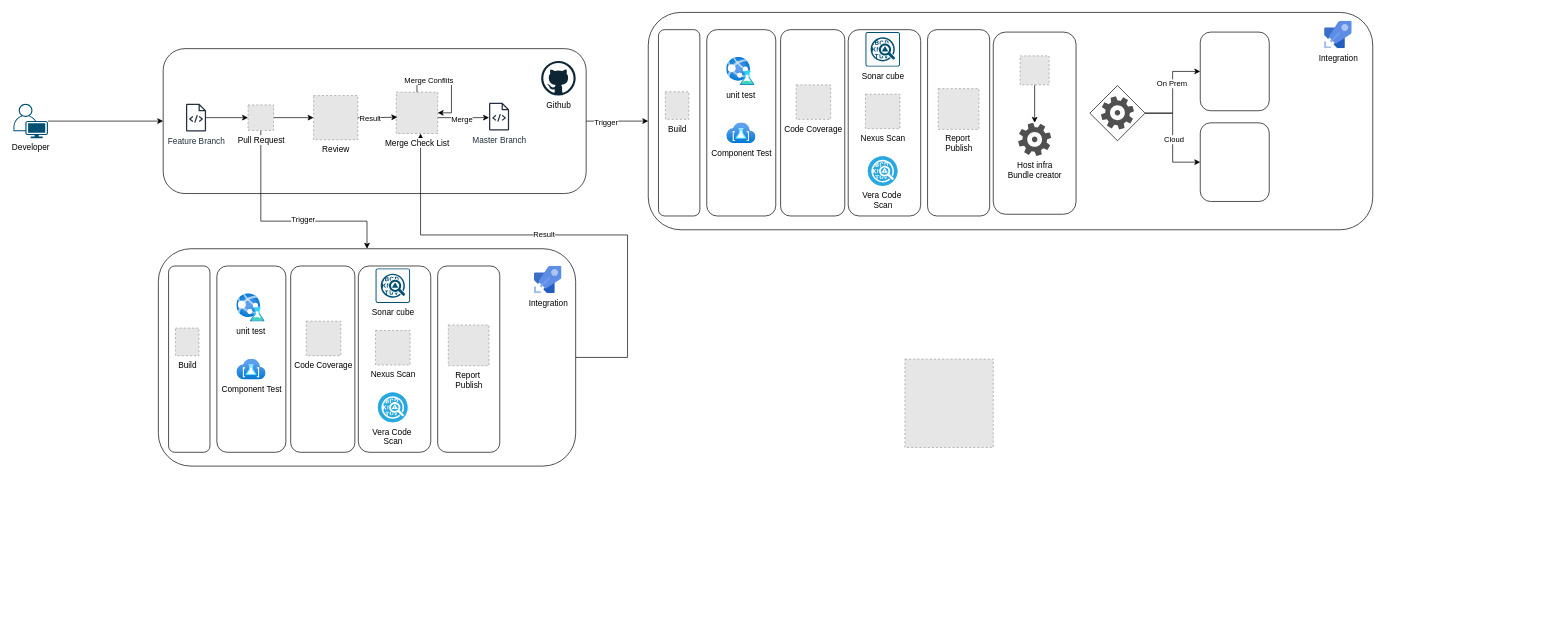
Earlier version of the draw.io diagram cicidflow.drawio (RamNull/DataStructrures). Source tidied: cells renumbered, new cells numbered last; positions are measured from the earlier drawing's top-left corner, leaving out a move shared by most shapes. Both pictures are drawn from the tidied source at 69%, with x=0, y=0 at pixel (13, 12). Pictures stored in the file or linked from it are replaced by grey dashed boxes.
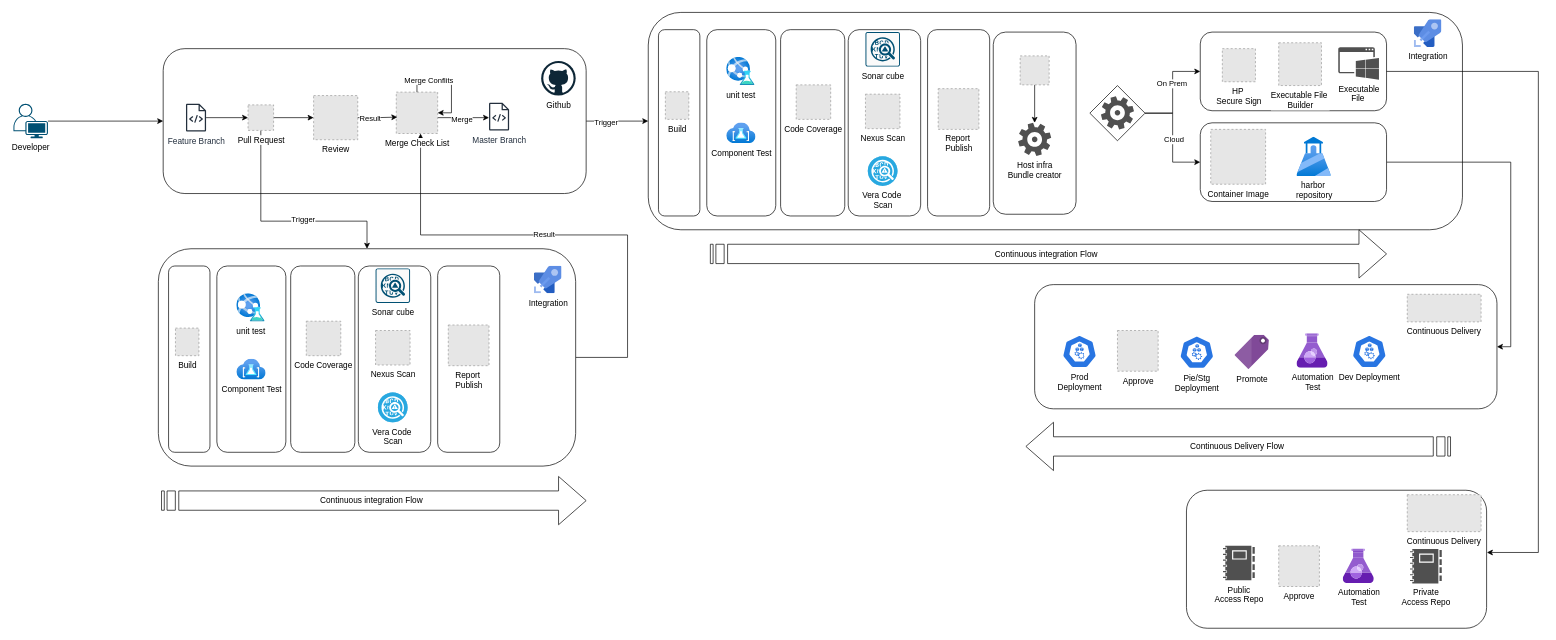
After the change.

Diff of the diagram source:
```diff
@@
     <mxCell id="40" style="rounded=1;whiteSpace=wrap;html=1;" parent="1" vertex="1">
-      <mxGeometry x="920" y="-0.5" width="1050" height="315" as="geometry" />
+      <mxGeometry x="920" y="-0.5" width="1180" height="315" as="geometry" />
     </mxCell>
     <mxCell id="41" value="Integration" style="image;sketch=0;html=1;align=center;fontSize=12;image=img/lib/mscae/Azure_Pipelines.svg;" parent="1" vertex="1">
-      <mxGeometry x="1900" y="12" width="40" height="40" as="geometry" />
+      <mxGeometry x="2030" y="10" width="40" height="40" as="geometry" />
     </mxCell>
@@
     <mxCell id="59" style="rounded=1;whiteSpace=wrap;html=1;" parent="1" vertex="1">
-      <mxGeometry x="1720" y="28" width="100" height="114" as="geometry" />
+      <mxGeometry x="1720" y="28" width="270" height="114" as="geometry" />
     </mxCell>
@@
+    <mxCell id="68" style="edgeStyle=orthogonalEdgeStyle;rounded=0;jettySize=auto;html=1;entryX=1;entryY=0.5;entryDx=0;entryDy=0;" parent="1" edge="1" source="66" target="72">
+      <mxGeometry relative="1" as="geometry">
+        <Array as="points">
+          <mxPoint x="2170" y="216" />
+          <mxPoint x="2170" y="484" />
+        </Array>
+      </mxGeometry>
+    </mxCell>
     <mxCell id="66" style="rounded=1;whiteSpace=wrap;html=1;" parent="1" vertex="1">
-      <mxGeometry x="1720" y="159.5" width="100" height="114" as="geometry" />
+      <mxGeometry x="1720" y="159.5" width="270" height="114" as="geometry" />
     </mxCell>
-    <mxCell id="67" style="fillColor=#E6E6E6;strokeColor=#999999;dashed=1;html=1;verticalAlign=top;verticalLabelPosition=bottom;labelBackgroundColor=#ffffff;" parent="1" vertex="1">
-      <mxGeometry x="1292" y="502" width="128" height="128" as="geometry" />
-    </mxCell>
+    <mxCell id="69" value="Executable File&amp;nbsp;&lt;br&gt;Builder" style="fillColor=#E6E6E6;strokeColor=#999999;dashed=1;html=1;verticalAlign=top;verticalLabelPosition=bottom;labelBackgroundColor=#ffffff;" parent="1" vertex="1">
+      <mxGeometry x="1833.7" y="43.5" width="62" height="62" as="geometry" />
+    </mxCell>
+    <mxCell id="70" value="Executable &lt;br&gt;File&amp;nbsp;" style="sketch=0;shadow=0;dashed=0;html=1;strokeColor=none;fillColor=#505050;labelPosition=center;verticalLabelPosition=bottom;verticalAlign=top;align=center;shape=mxgraph.office.concepts.application_windows;" parent="1" vertex="1">
+      <mxGeometry x="1920" y="50" width="59" height="47" as="geometry" />
+    </mxCell>
+    <mxCell id="71" value="harbor&amp;nbsp;&lt;br&gt;repository" style="image;html=1;align=center;fontSize=12;image=img/lib/azure2/management_governance/Azure_Lighthouse.svg;" parent="1" vertex="1">
+      <mxGeometry x="1860" y="180.2" width="49.5" height="57" as="geometry" />
+    </mxCell>
+    <mxCell id="72" style="rounded=1;whiteSpace=wrap;html=1;" parent="1" vertex="1">
+      <mxGeometry x="1480" y="394" width="670" height="180" as="geometry" />
+    </mxCell>
+    <mxCell id="73" value="Continuous Delivery" style="fillColor=#E6E6E6;strokeColor=#999999;dashed=1;verticalLabelPosition=bottom;labelBackgroundColor=default;verticalAlign=top;" parent="1" vertex="1">
+      <mxGeometry x="2020" y="408" width="107" height="40" as="geometry" />
+    </mxCell>
+    <mxCell id="74" value="Dev Deployment&lt;br&gt;" style="sketch=0;html=1;dashed=0;whitespace=wrap;fillColor=#2875E2;strokeColor=#ffffff;verticalLabelPosition=bottom;align=center;verticalAlign=top;shape=mxgraph.kubernetes.icon;prIcon=node;" parent="1" vertex="1">
+      <mxGeometry x="1940" y="467" width="50" height="48" as="geometry" />
+    </mxCell>
+    <mxCell id="75" value="Automation &lt;br&gt;Test" style="image;sketch=0;html=1;align=center;fontSize=12;image=img/lib/mscae/Azure_Test_Plans.svg;" parent="1" vertex="1">
+      <mxGeometry x="1860" y="465" width="45" height="50" as="geometry" />
+    </mxCell>
+    <mxCell id="76" value="Promote&lt;br&gt;" style="image;sketch=0;html=1;align=center;fontSize=12;image=img/lib/mscae/Tag.svg;" parent="1" vertex="1">
+      <mxGeometry x="1770" y="467" width="50" height="50" as="geometry" />
+    </mxCell>
+    <mxCell id="77" value="Pie/Stg &lt;br&gt;Deployment" style="sketch=0;html=1;dashed=0;whitespace=wrap;fillColor=#2875E2;strokeColor=#ffffff;verticalLabelPosition=bottom;align=center;verticalAlign=top;shape=mxgraph.kubernetes.icon;prIcon=node;" parent="1" vertex="1">
+      <mxGeometry x="1690" y="468" width="50" height="48" as="geometry" />
+    </mxCell>
+    <mxCell id="78" value="Approve" style="fillColor=#E6E6E6;strokeColor=#999999;dashed=1;html=1;verticalAlign=top;verticalLabelPosition=bottom;labelBackgroundColor=#ffffff;" parent="1" vertex="1">
+      <mxGeometry x="1600" y="460.5" width="59" height="59" as="geometry" />
+    </mxCell>
+    <mxCell id="79" value="Prod &lt;br&gt;Deployment" style="sketch=0;html=1;dashed=0;whitespace=wrap;fillColor=#2875E2;strokeColor=#ffffff;verticalLabelPosition=bottom;align=center;verticalAlign=top;shape=mxgraph.kubernetes.icon;prIcon=node;" parent="1" vertex="1">
+      <mxGeometry x="1520" y="467" width="50" height="48" as="geometry" />
+    </mxCell>
+    <mxCell id="80" value="Continuous integration Flow&amp;nbsp;&amp;nbsp;" style="html=1;shadow=0;dashed=0;align=center;verticalAlign=middle;shape=mxgraph.arrows2.stripedArrow;dy=0.6;dx=40;notch=25;" parent="1" vertex="1">
+      <mxGeometry x="214.6" y="672" width="615.4" height="70" as="geometry" />
+    </mxCell>
+    <mxCell id="81" value="Continuous Delivery Flow&amp;nbsp;" style="html=1;shadow=0;dashed=0;align=center;verticalAlign=middle;shape=mxgraph.arrows2.stripedArrow;dy=0.6;dx=40;notch=25;direction=west;" parent="1" vertex="1">
+      <mxGeometry x="1467.3" y="593.5" width="615.4" height="70" as="geometry" />
+    </mxCell>
+    <mxCell id="82" value="HP&amp;nbsp;&lt;br&gt;Secure Sign" style="fillColor=#E6E6E6;strokeColor=#999999;dashed=1;html=1;verticalAlign=top;verticalLabelPosition=bottom;labelBackgroundColor=#ffffff;" parent="1" vertex="1">
+      <mxGeometry x="1752" y="52" width="48" height="48" as="geometry" />
+    </mxCell>
+    <mxCell id="83" value="Container Image" style="fillColor=#E6E6E6;strokeColor=#999999;dashed=1;html=1;verticalAlign=top;verticalLabelPosition=bottom;labelBackgroundColor=#ffffff;" parent="1" vertex="1">
+      <mxGeometry x="1735.2" y="169" width="79.5" height="79.5" as="geometry" />
+    </mxCell>
+    <mxCell id="84" style="rounded=1;whiteSpace=wrap;html=1;" parent="1" vertex="1">
+      <mxGeometry x="1700" y="692" width="435" height="200" as="geometry" />
+    </mxCell>
+    <mxCell id="85" style="edgeStyle=orthogonalEdgeStyle;rounded=0;jettySize=auto;html=1;entryX=1.001;entryY=0.451;entryDx=0;entryDy=0;entryPerimeter=0;" parent="1" edge="1" source="59" target="84">
+      <mxGeometry relative="1" as="geometry">
+        <Array as="points">
+          <mxPoint x="2210" y="85" />
+          <mxPoint x="2210" y="783" />
+        </Array>
+      </mxGeometry>
+    </mxCell>
+    <mxCell id="86" value="Private &lt;br&gt;Access Repo" style="sketch=0;shadow=0;dashed=0;html=1;strokeColor=none;labelPosition=center;verticalLabelPosition=bottom;verticalAlign=top;align=center;fillColor=#505050;shape=mxgraph.mscae.intune.reports;" parent="1" vertex="1">
+      <mxGeometry x="2024" y="777" width="46" height="50" as="geometry" />
+    </mxCell>
+    <mxCell id="87" value="Automation &lt;br&gt;Test" style="image;sketch=0;html=1;align=center;fontSize=12;image=img/lib/mscae/Azure_Test_Plans.svg;" parent="1" vertex="1">
+      <mxGeometry x="1927" y="777" width="45" height="50" as="geometry" />
+    </mxCell>
+    <mxCell id="88" value="Public&lt;br&gt;Access Repo" style="sketch=0;shadow=0;dashed=0;html=1;strokeColor=none;labelPosition=center;verticalLabelPosition=bottom;verticalAlign=top;align=center;fillColor=#505050;shape=mxgraph.mscae.intune.reports;" parent="1" vertex="1">
+      <mxGeometry x="1753" y="772.5" width="46" height="50" as="geometry" />
+    </mxCell>
+    <mxCell id="89" value="Approve" style="fillColor=#E6E6E6;strokeColor=#999999;dashed=1;html=1;verticalAlign=top;verticalLabelPosition=bottom;labelBackgroundColor=#ffffff;" parent="1" vertex="1">
+      <mxGeometry x="1833.7" y="772.5" width="59" height="59" as="geometry" />
+    </mxCell>
+    <mxCell id="90" value="Continuous Delivery" style="fillColor=#E6E6E6;strokeColor=#999999;dashed=1;verticalLabelPosition=bottom;labelBackgroundColor=default;verticalAlign=top;" parent="1" vertex="1">
+      <mxGeometry x="2020" y="698.5" width="107" height="53.5" as="geometry" />
+    </mxCell>
+    <mxCell id="91" value="Continuous integration Flow&amp;nbsp;&amp;nbsp;" style="html=1;shadow=0;dashed=0;align=center;verticalAlign=middle;shape=mxgraph.arrows2.stripedArrow;dy=0.6;dx=40;notch=25;" parent="1" vertex="1">
+      <mxGeometry x="1010" y="314.5" width="980" height="70" as="geometry" />
+    </mxCell>
```
